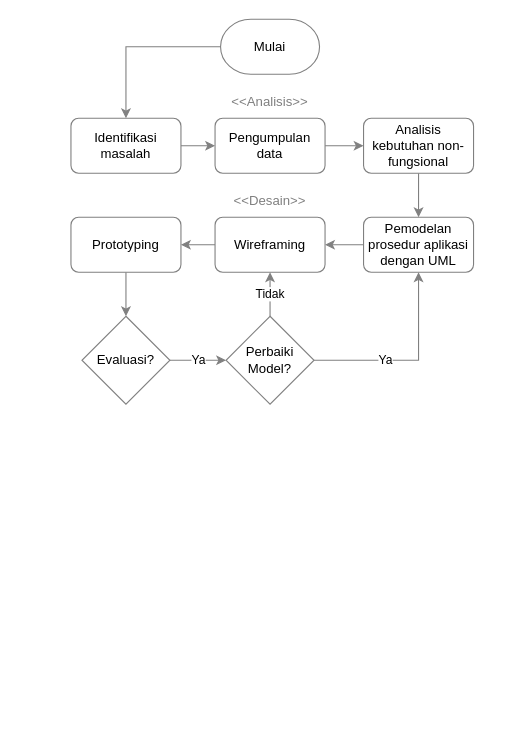
dans609/diagrams_net keeps this draw.io diagram as Flowchart Penelitian Digiwave.drawio. Above is the earlier version. Source tidied: cells renumbered, new cells numbered last; positions are measured from the earlier drawing's top-left corner, leaving out a move shared by most shapes. Both pictures are drawn from the tidied source at 110%, with x=0, y=0 at pixel (70, 19).
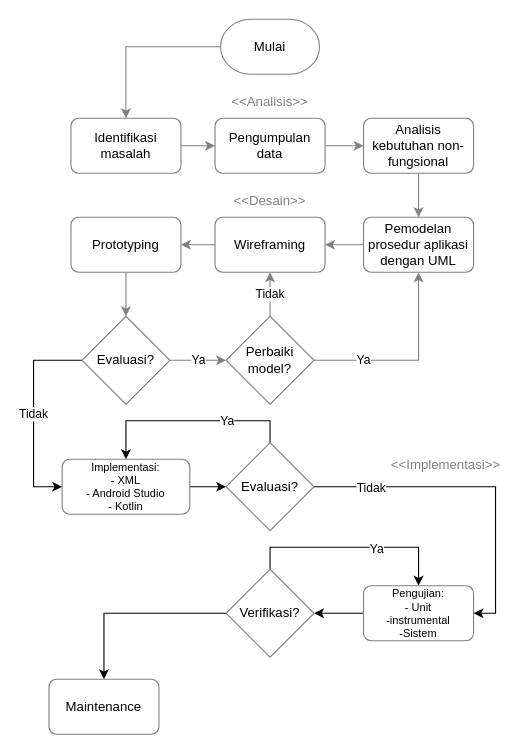
The same diagram, later.

Commit message:
Add Implementation and Testing

Unchanged cells that the change refers to:
```xml
<mxCell id="12" value="Pemodelan prosedur aplikasi dengan UML" style="rounded=1;whiteSpace=wrap;html=1;strokeColor=#808080;arcSize=14;strokeWidth=1;" parent="1" vertex="1">
  <mxGeometry x="266" y="180" width="100" height="50" as="geometry" />
</mxCell>
<mxCell id="18" value="Evaluasi?" style="rhombus;whiteSpace=wrap;html=1;strokeColor=#808080;rounded=0;arcSize=14;strokeWidth=1;" parent="1" vertex="1">
  <mxGeometry x="10" y="270" width="80" height="80" as="geometry" />
</mxCell>
```

Diff of the diagram source:
```diff
@@
+    <mxCell id="23" value="Tidak" style="edgeStyle=orthogonalEdgeStyle;rounded=0;jettySize=auto;html=1;exitX=0;exitY=0.5;exitDx=0;exitDy=0;entryX=0;entryY=0.5;entryDx=0;entryDy=0;" parent="1" edge="1" source="18" target="25">
+      <mxGeometry relative="1" as="geometry">
+        <Array as="points">
+          <mxPoint x="-34" y="310" />
+          <mxPoint x="-34" y="425" />
+        </Array>
+      </mxGeometry>
+    </mxCell>
@@
     <mxCell id="19" value="Ya" style="edgeStyle=orthogonalEdgeStyle;rounded=0;jettySize=auto;html=1;entryX=0.5;entryY=1;entryDx=0;entryDy=0;strokeColor=#808080;" parent="1" edge="1" source="21" target="12">
-      <mxGeometry x="-0.26" relative="1" as="geometry" />
+      <mxGeometry x="-0.49" relative="1" as="geometry">
+        <Array as="points">
+          <mxPoint x="316" y="310" />
+        </Array>
+      </mxGeometry>
     </mxCell>
@@
-    <mxCell id="21" value="Perbaiki Model?" style="rhombus;whiteSpace=wrap;html=1;strokeColor=#808080;rounded=0;arcSize=14;strokeWidth=1;" parent="1" vertex="1">
+    <mxCell id="21" value="Perbaiki model?" style="rhombus;whiteSpace=wrap;html=1;strokeColor=#808080;rounded=0;arcSize=14;strokeWidth=1;" parent="1" vertex="1">
       <mxGeometry x="141" y="270" width="80" height="80" as="geometry" />
     </mxCell>
@@
+    <mxCell id="24" style="edgeStyle=orthogonalEdgeStyle;rounded=0;jettySize=auto;html=1;" parent="1" edge="1" source="25" target="31">
+      <mxGeometry relative="1" as="geometry" />
+    </mxCell>
+    <mxCell id="25" value="Implementasi:&lt;br style=&quot;font-size: 10px;&quot;&gt;- XML&lt;br style=&quot;font-size: 10px;&quot;&gt;- Android Studio&lt;br style=&quot;font-size: 10px;&quot;&gt;- Kotlin" style="rounded=1;whiteSpace=wrap;html=1;strokeColor=#808080;arcSize=14;strokeWidth=1;fontSize=10;" parent="1" vertex="1">
+      <mxGeometry x="-8" y="400" width="116" height="50" as="geometry" />
+    </mxCell>
+    <mxCell id="26" value="&amp;lt;&amp;lt;Implementasi&amp;gt;&amp;gt;" style="text;strokeColor=none;align=center;fillColor=none;html=1;verticalAlign=middle;whiteSpace=wrap;rounded=0;fontColor=#000000;textOpacity=50;" parent="1" vertex="1">
+      <mxGeometry x="296" y="390" width="90" height="30" as="geometry" />
+    </mxCell>
+    <mxCell id="27" style="edgeStyle=orthogonalEdgeStyle;rounded=0;jettySize=auto;html=1;exitX=0.5;exitY=0;exitDx=0;exitDy=0;entryX=0.5;entryY=0;entryDx=0;entryDy=0;" parent="1" edge="1" source="31" target="25">
+      <mxGeometry relative="1" as="geometry" />
+    </mxCell>
+    <mxCell id="28" value="Ya" style="edgeLabel;html=1;align=center;verticalAlign=middle;" parent="27" vertex="1">
+      <mxGeometry x="-0.58" y="-1" relative="1" as="geometry">
+        <mxPoint x="-21" as="offset" />
+      </mxGeometry>
+    </mxCell>
+    <mxCell id="29" style="edgeStyle=orthogonalEdgeStyle;rounded=0;jettySize=auto;html=1;entryX=1;entryY=0.5;entryDx=0;entryDy=0;" parent="1" edge="1" source="31" target="33">
+      <mxGeometry relative="1" as="geometry" />
+    </mxCell>
+    <mxCell id="30" value="Tidak" style="edgeLabel;html=1;align=center;verticalAlign=middle;" parent="29" vertex="1">
+      <mxGeometry x="-0.66" y="-3" relative="1" as="geometry">
+        <mxPoint y="-3" as="offset" />
+      </mxGeometry>
+    </mxCell>
+    <mxCell id="31" value="Evaluasi?" style="rhombus;whiteSpace=wrap;html=1;fontSize=12;strokeColor=#808080;rounded=0;arcSize=14;strokeWidth=1;" parent="1" vertex="1">
+      <mxGeometry x="141" y="385" width="80" height="80" as="geometry" />
+    </mxCell>
+    <mxCell id="32" style="edgeStyle=orthogonalEdgeStyle;rounded=0;jettySize=auto;html=1;" parent="1" edge="1" source="33" target="37">
+      <mxGeometry relative="1" as="geometry" />
+    </mxCell>
+    <mxCell id="33" value="Pengujian:&lt;br style=&quot;font-size: 10px;&quot;&gt;- Unit&lt;br style=&quot;font-size: 10px;&quot;&gt;-instrumental&lt;br style=&quot;font-size: 10px;&quot;&gt;-Sistem" style="whiteSpace=wrap;html=1;strokeColor=#808080;rounded=1;arcSize=14;strokeWidth=1;fontSize=10;" parent="1" vertex="1">
+      <mxGeometry x="266" y="515" width="100" height="50" as="geometry" />
+    </mxCell>
+    <mxCell id="34" style="edgeStyle=orthogonalEdgeStyle;rounded=0;jettySize=auto;html=1;exitX=0.5;exitY=0;exitDx=0;exitDy=0;entryX=0.5;entryY=0;entryDx=0;entryDy=0;" parent="1" edge="1" source="37" target="33">
+      <mxGeometry relative="1" as="geometry" />
+    </mxCell>
+    <mxCell id="35" value="Ya" style="edgeLabel;html=1;align=center;verticalAlign=middle;" parent="34" vertex="1">
+      <mxGeometry x="0.22" y="-1" relative="1" as="geometry" />
+    </mxCell>
+    <mxCell id="36" style="edgeStyle=orthogonalEdgeStyle;rounded=0;jettySize=auto;html=1;" parent="1" edge="1" source="37" target="38">
+      <mxGeometry relative="1" as="geometry" />
+    </mxCell>
+    <mxCell id="37" value="Verifikasi?" style="rhombus;whiteSpace=wrap;html=1;fontSize=12;strokeColor=#808080;rounded=0;arcSize=14;strokeWidth=1;" parent="1" vertex="1">
+      <mxGeometry x="141" y="500" width="80" height="80" as="geometry" />
+    </mxCell>
+    <mxCell id="38" value="Maintenance" style="rounded=1;whiteSpace=wrap;html=1;strokeColor=#808080;arcSize=14;strokeWidth=1;" parent="1" vertex="1">
+      <mxGeometry x="-20" y="600" width="100" height="50" as="geometry" />
+    </mxCell>
```
